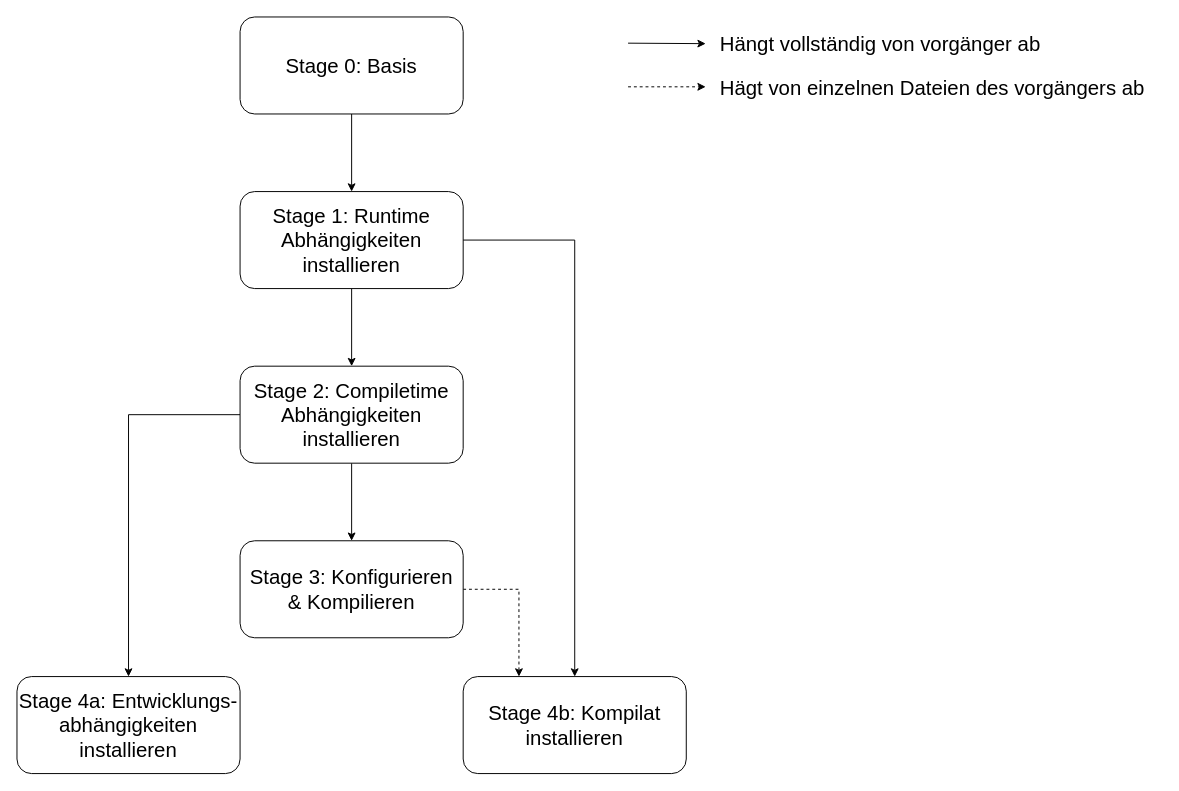
Earlier version of the draw.io diagram figures/modell-containerfile.drawio (FinnHering/bachelor-arbeit). Source tidied: cells renumbered, new cells numbered last; positions are measured from the earlier drawing's top-left corner, leaving out a move shared by most shapes. Both pictures are drawn from the tidied source at 97%, with x=0, y=0 at pixel (16, 16).
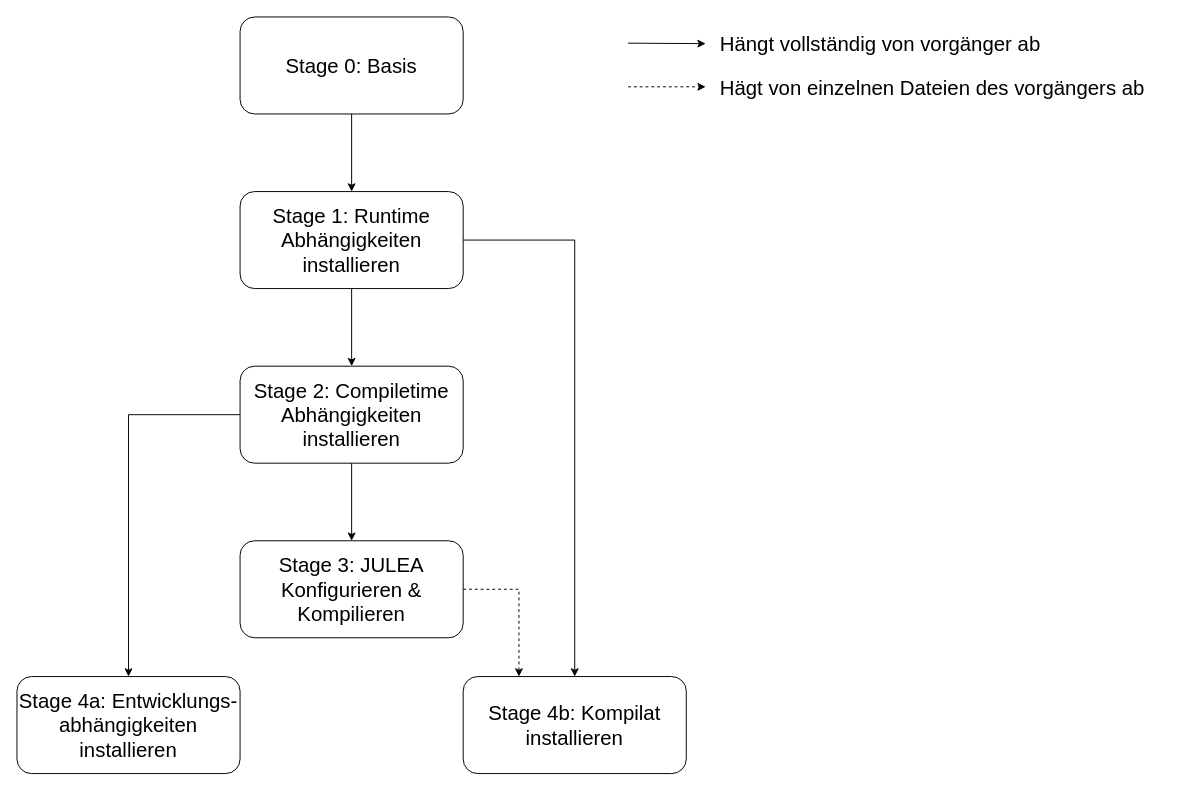
The same diagram, later.

Change to the diagram source:
```diff
@@
-    <mxCell id="15" value="&lt;font style=&quot;font-size: 21px;&quot;&gt;Stage 3: Konfigurieren &amp;amp; Kompilieren&lt;/font&gt;" style="whiteSpace=wrap;html=1;rounded=1;fontSize=21;" parent="1" vertex="1">
+    <mxCell id="15" value="&lt;font style=&quot;font-size: 21px;&quot;&gt;Stage 3: JULEA Konfigurieren &amp;amp; Kompilieren&lt;/font&gt;" style="whiteSpace=wrap;html=1;rounded=1;fontSize=21;" parent="1" vertex="1">
       <mxGeometry x="230" y="540" width="230" height="100" as="geometry" />
     </mxCell>
```
